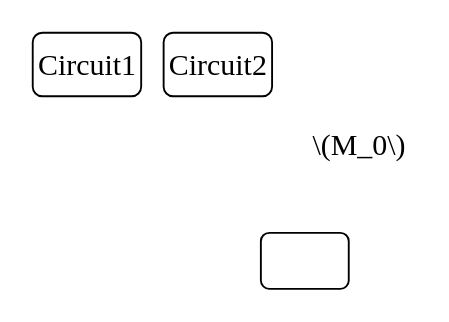
Above: sweeping.drawio in hyw-num/alg (draw.io), before the change. Source tidied: cells renumbered, new cells numbered last; positions are measured from the earlier drawing's top-left corner, leaving out a move shared by most shapes. Both pictures are drawn from the tidied source at 187%, with x=0, y=0 at pixel (32, 32).
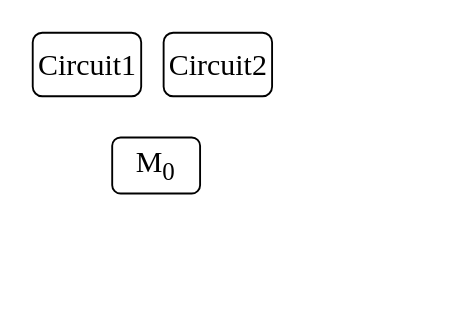
Above is the later version.

The edit, as a diff of the source:
```diff
@@
 <mxGraphModel>
   <root>
     <mxCell id="0" />
     <mxCell id="1" parent="0" />
     <mxCell id="2" style="rounded=1;whiteSpace=wrap;html=1;" parent="1" vertex="1">
       <mxGeometry width="58" height="34" as="geometry" />
     </mxCell>
     <mxCell id="3" value="&lt;font face=&quot;Times New Roman&quot;&gt;Circuit1&lt;/font&gt;" style="text;html=1;align=center;verticalAlign=middle;whiteSpace=wrap;rounded=0;fontSize=16;" parent="1" vertex="1">
       <mxGeometry x="1.5" y="7" width="55" height="20" as="geometry" />
     </mxCell>
     <mxCell id="4" style="rounded=1;whiteSpace=wrap;html=1;" parent="1" vertex="1">
       <mxGeometry x="70" width="58" height="34" as="geometry" />
     </mxCell>
     <mxCell id="5" value="&lt;font face=&quot;Times New Roman&quot;&gt;Circuit2&lt;/font&gt;" style="text;html=1;align=center;verticalAlign=middle;whiteSpace=wrap;rounded=0;fontSize=16;" parent="1" vertex="1">
       <mxGeometry x="71.5" y="7" width="55" height="20" as="geometry" />
     </mxCell>
+    <mxCell id="8" style="group;" parent="1" vertex="1">
+      <mxGeometry x="36" y="56" width="60" height="30" as="geometry" />
+    </mxCell>
-    <mxCell id="6" style="rounded=1;whiteSpace=wrap;html=1;" parent="1" vertex="1">
-      <mxGeometry x="122" y="107" width="47" height="30" as="geometry" />
+    <mxCell id="6" style="rounded=1;whiteSpace=wrap;html=1;" parent="8" vertex="1">
+      <mxGeometry x="6.5" width="47" height="30" as="geometry" />
     </mxCell>
-    <mxCell id="7" value="&lt;font face=&quot;Times New Roman&quot;&gt;\(M_0\)&lt;/font&gt;" style="text;html=1;align=center;verticalAlign=middle;whiteSpace=wrap;rounded=0;fontSize=16;" parent="1" vertex="1">
-      <mxGeometry x="145" y="45" width="60" height="30" as="geometry" />
+    <mxCell id="7" value="&lt;font face=&quot;Times New Roman&quot;&gt;M&lt;sub&gt;0&lt;/sub&gt;&lt;/font&gt;" style="text;html=1;align=center;verticalAlign=middle;whiteSpace=wrap;rounded=0;fontSize=16;" parent="8" vertex="1">
+      <mxGeometry width="60" height="30" as="geometry" />
     </mxCell>
   </root>
 </mxGraphModel>
```
